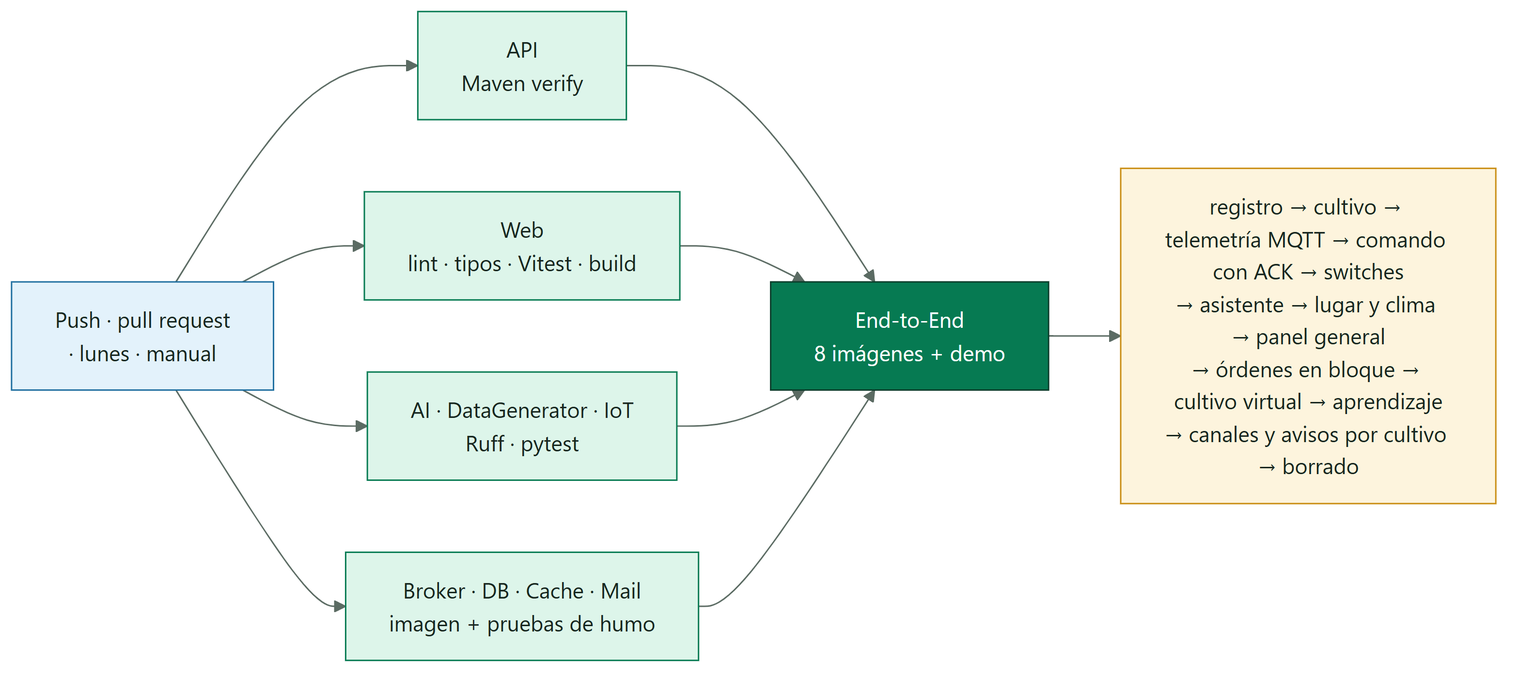
Above: docs/diagrams/SmartPot_08_QA.png in SmartPotTech/.github (Mermaid), before the change. Its source is kept beside it as docs/diagrams/SmartPot_08_QA.mmd. The source it was exported from:
```mermaid
%%{init: {"theme": "base", "fontFamily": "Segoe UI, Arial, sans-serif", "themeVariables": {"fontFamily": "Segoe UI, Arial, sans-serif", "fontSize": "15px", "primaryColor": "#DDF5EA", "primaryTextColor": "#17261F", "primaryBorderColor": "#067A52", "secondaryColor": "#E3F2FB", "secondaryTextColor": "#17261F", "secondaryBorderColor": "#1F6FA0", "tertiaryColor": "#F2F7F4", "tertiaryTextColor": "#17261F", "tertiaryBorderColor": "#D5E3DC", "lineColor": "#5B6B63", "textColor": "#17261F", "mainBkg": "#DDF5EA", "nodeBorder": "#067A52", "clusterBkg": "#F7FAF8", "clusterBorder": "#D5E3DC", "edgeLabelBackground": "#FFFFFF", "actorBkg": "#067A52", "actorBorder": "#0B3D2B", "actorTextColor": "#FFFFFF", "actorLineColor": "#5B6B63", "signalColor": "#17261F", "signalTextColor": "#17261F", "labelBoxBkgColor": "#0B3D2B", "labelBoxBorderColor": "#0B3D2B", "labelTextColor": "#FFFFFF", "loopTextColor": "#0B3D2B", "noteBkgColor": "#FDF4DD", "noteBorderColor": "#C98D12", "noteTextColor": "#17261F", "activationBkgColor": "#DDF5EA", "activationBorderColor": "#067A52", "attributeBackgroundColorOdd": "#FFFFFF", "attributeBackgroundColorEven": "#F2F7F4"}}}%%
flowchart LR
  trigger["Push · pull request<br/>· lunes · manual"] --> api["API<br/>Maven verify"]
  trigger --> web["Web<br/>lint · tipos · Vitest · build"]
  trigger --> py["AI · DataGenerator · IoT<br/>Ruff · pytest"]
  trigger --> ct["Broker · DB · Cache · Mail<br/>imagen + pruebas de humo"]
  api --> e2e["End-to-End<br/>8 imágenes + demo"]
  web --> e2e
  py --> e2e
  ct --> e2e
  e2e --> flow["registro → cultivo → telemetría MQTT → comando con ACK → switches<br/>→ asistente → lugar y clima → panel general<br/>→ órdenes en bloque → cultivo virtual → aprendizaje<br/>→ canales y avisos por cultivo → borrado"]
  classDef start fill:#E3F2FB,stroke:#1F6FA0,color:#17261F
  classDef job fill:#DDF5EA,stroke:#067A52,color:#17261F
  classDef final fill:#067A52,stroke:#0B3D2B,color:#FFFFFF
  classDef detail fill:#FDF4DD,stroke:#C98D12,color:#17261F
  class trigger start
  class api,web,py,ct job
  class e2e final
  class flow detail
```
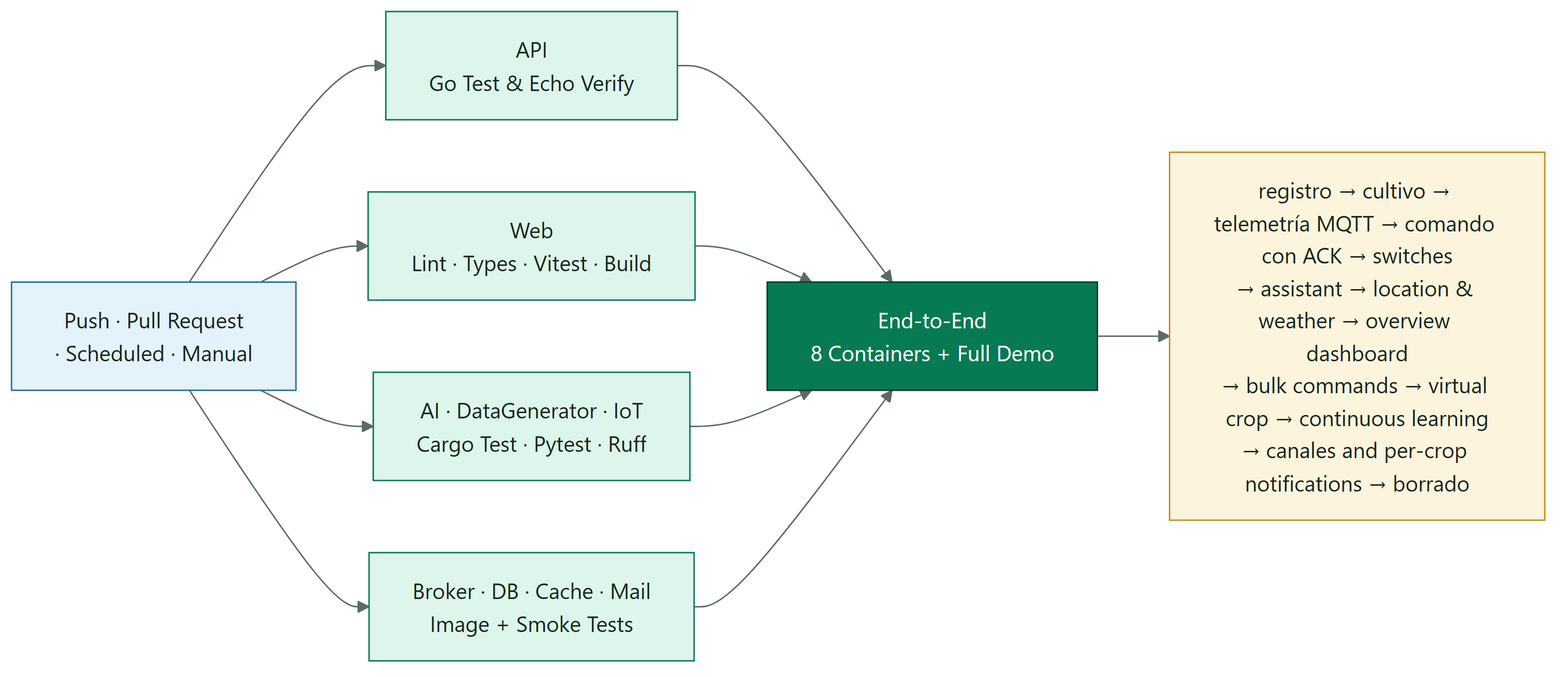
The same diagram one commit later.

The edit, as a diff of the source:
```diff
@@ -1,14 +1,14 @@
 %%{init: {"theme": "base", "fontFamily": "Segoe UI, Arial, sans-serif", "themeVariables": {"fontFamily": "Segoe UI, Arial, sans-serif", "fontSize": "15px", "primaryColor": "#DDF5EA", "primaryTextColor": "#17261F", "primaryBorderColor": "#067A52", "secondaryColor": "#E3F2FB", "secondaryTextColor": "#17261F", "secondaryBorderColor": "#1F6FA0", "tertiaryColor": "#F2F7F4", "tertiaryTextColor": "#17261F", "tertiaryBorderColor": "#D5E3DC", "lineColor": "#5B6B63", "textColor": "#17261F", "mainBkg": "#DDF5EA", "nodeBorder": "#067A52", "clusterBkg": "#F7FAF8", "clusterBorder": "#D5E3DC", "edgeLabelBackground": "#FFFFFF", "actorBkg": "#067A52", "actorBorder": "#0B3D2B", "actorTextColor": "#FFFFFF", "actorLineColor": "#5B6B63", "signalColor": "#17261F", "signalTextColor": "#17261F", "labelBoxBkgColor": "#0B3D2B", "labelBoxBorderColor": "#0B3D2B", "labelTextColor": "#FFFFFF", "loopTextColor": "#0B3D2B", "noteBkgColor": "#FDF4DD", "noteBorderColor": "#C98D12", "noteTextColor": "#17261F", "activationBkgColor": "#DDF5EA", "activationBorderColor": "#067A52", "attributeBackgroundColorOdd": "#FFFFFF", "attributeBackgroundColorEven": "#F2F7F4"}}}%%
 flowchart LR
-  trigger["Push · pull request<br/>· lunes · manual"] --> api["API<br/>Maven verify"]
-  trigger --> web["Web<br/>lint · tipos · Vitest · build"]
-  trigger --> py["AI · DataGenerator · IoT<br/>Ruff · pytest"]
-  trigger --> ct["Broker · DB · Cache · Mail<br/>imagen + pruebas de humo"]
-  api --> e2e["End-to-End<br/>8 imágenes + demo"]
+  trigger["Push · Pull Request<br/>· Scheduled · Manual"] --> api["API<br/>Go Test & Echo Verify"]
+  trigger --> web["Web<br/>Lint · Types · Vitest · Build"]
+  trigger --> py["AI · DataGenerator · IoT<br/>Cargo Test · Pytest · Ruff"]
+  trigger --> ct["Broker · DB · Cache · Mail<br/>Image + Smoke Tests"]
+  api --> e2e["End-to-End<br/>8 Containers + Full Demo"]
   web --> e2e
   py --> e2e
   ct --> e2e
-  e2e --> flow["registro → cultivo → telemetría MQTT → comando con ACK → switches<br/>→ asistente → lugar y clima → panel general<br/>→ órdenes en bloque → cultivo virtual → aprendizaje<br/>→ canales y avisos por cultivo → borrado"]
+  e2e --> flow["registro → cultivo → telemetría MQTT → comando con ACK → switches<br/>→ assistant → location & weather → overview dashboard<br/>→ bulk commands → virtual crop → continuous learning<br/>→ canales and per-crop notifications → borrado"]
   classDef start fill:#E3F2FB,stroke:#1F6FA0,color:#17261F
   classDef job fill:#DDF5EA,stroke:#067A52,color:#17261F
   classDef final fill:#067A52,stroke:#0B3D2B,color:#FFFFFF
```
